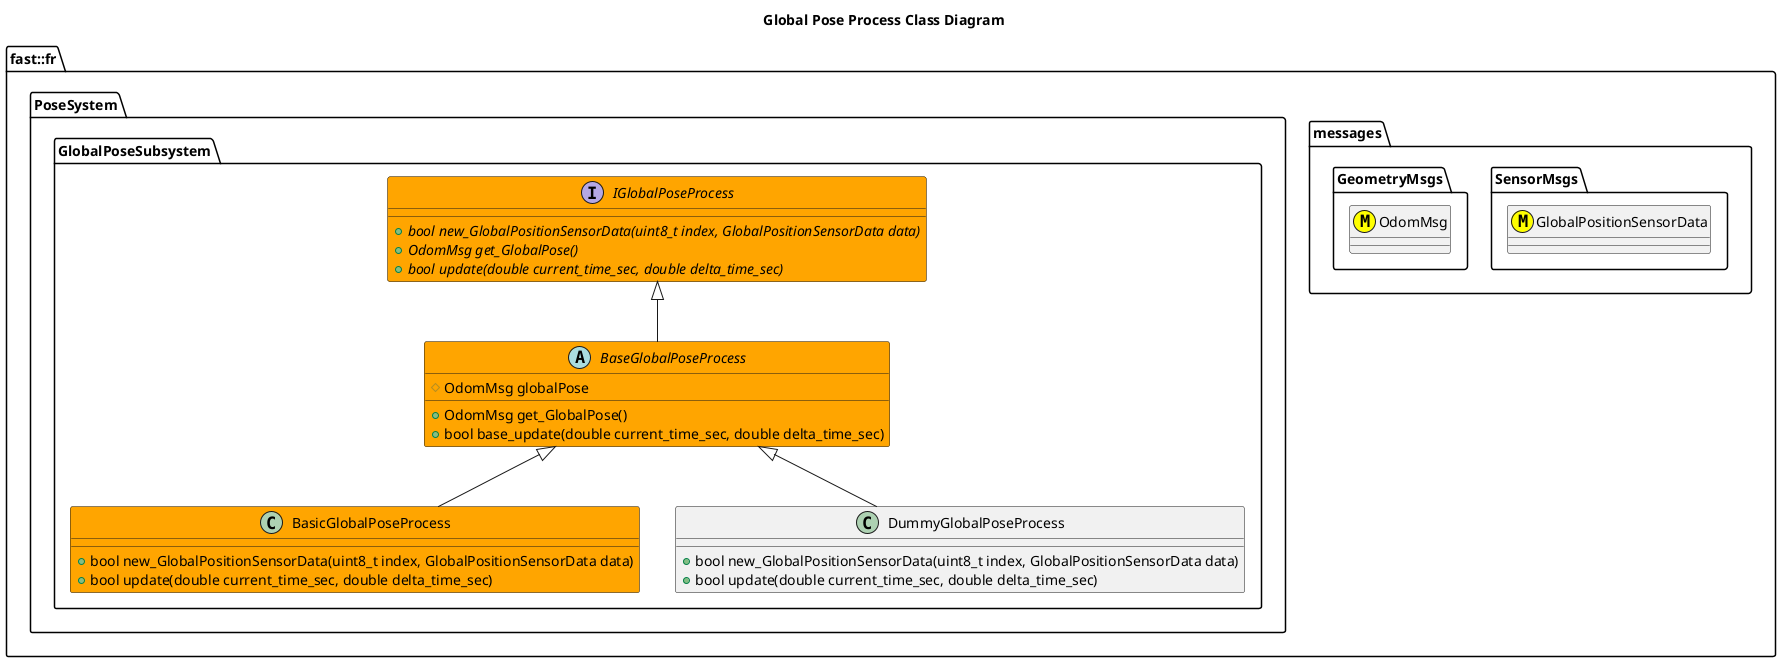
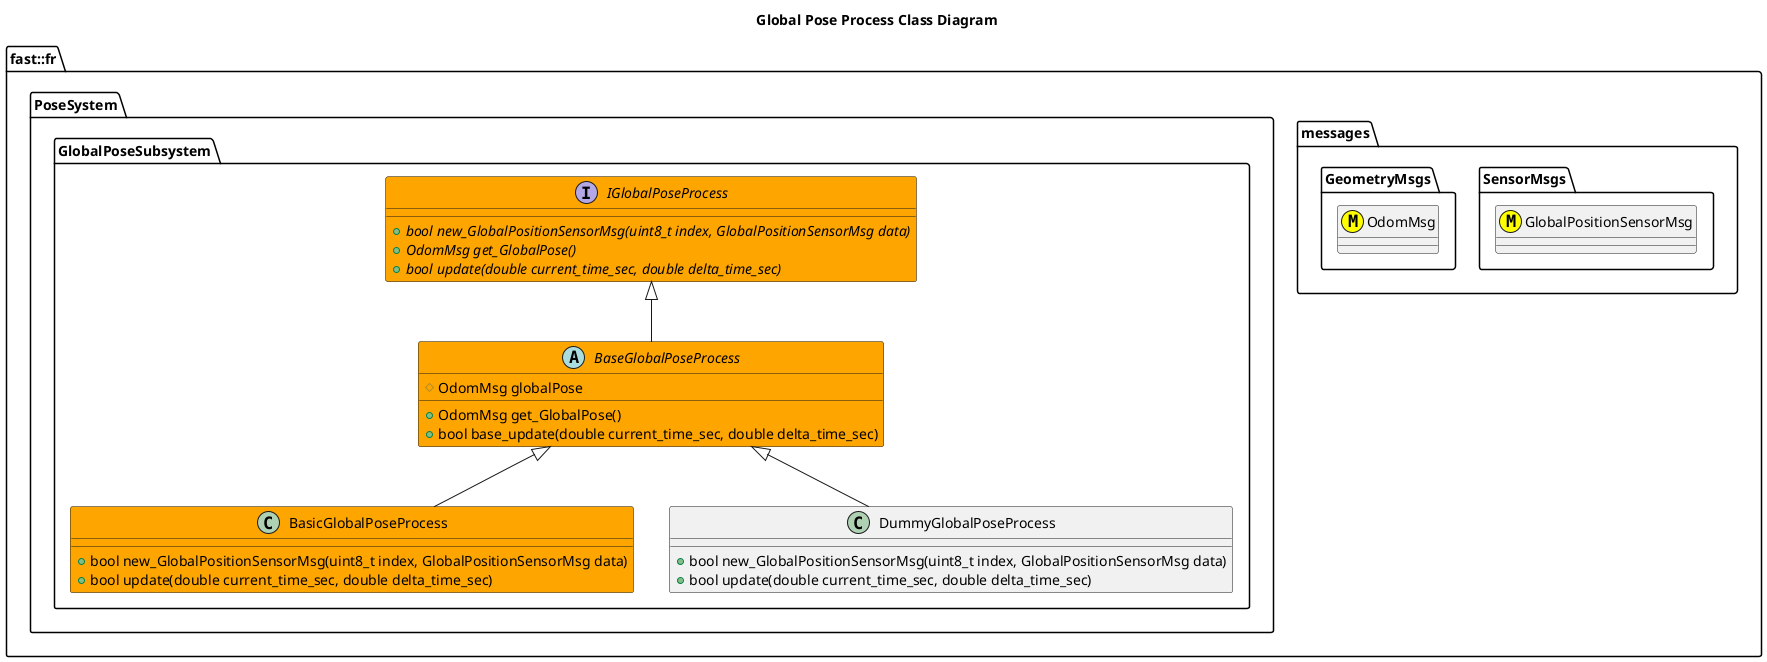
@startuml
title Global Pose Process Class Diagram

namespace fast::fr {
  namespace messages {
    namespace SensorMsgs {
-       class GlobalPositionSensorData <<(M,#FFFF00)>>
+       class GlobalPositionSensorMsg <<(M,#FFFF00)>>
    }
    namespace GeometryMsgs {
      class OdomMsg <<(M,#FFFF00)>>
    }
  }
  namespace PoseSystem {
    namespace GlobalPoseSubsystem {
        interface IGlobalPoseProcess #Orange {
-           +{abstract} bool new_GlobalPositionSensorData(uint8_t index, GlobalPositionSensorData data)
+           +{abstract} bool new_GlobalPositionSensorMsg(uint8_t index, GlobalPositionSensorMsg data)
          +{abstract} OdomMsg get_GlobalPose()
          +{abstract} bool update(double current_time_sec, double delta_time_sec)
        }
        abstract BaseGlobalPoseProcess #Orange {
          +OdomMsg get_GlobalPose()
          +bool base_update(double current_time_sec, double delta_time_sec)
          #OdomMsg globalPose

        }
        BaseGlobalPoseProcess -up-|> IGlobalPoseProcess
        class BasicGlobalPoseProcess #Orange {
-           +bool new_GlobalPositionSensorData(uint8_t index, GlobalPositionSensorData data)
+           +bool new_GlobalPositionSensorMsg(uint8_t index, GlobalPositionSensorMsg data)
          +bool update(double current_time_sec, double delta_time_sec)
        }
        BasicGlobalPoseProcess -up-|> BaseGlobalPoseProcess
        class DummyGlobalPoseProcess {
-           +bool new_GlobalPositionSensorData(uint8_t index, GlobalPositionSensorData data)
+           +bool new_GlobalPositionSensorMsg(uint8_t index, GlobalPositionSensorMsg data)
          +bool update(double current_time_sec, double delta_time_sec)
        }
        DummyGlobalPoseProcess -up-|> BaseGlobalPoseProcess
    }
  }
}
@enduml